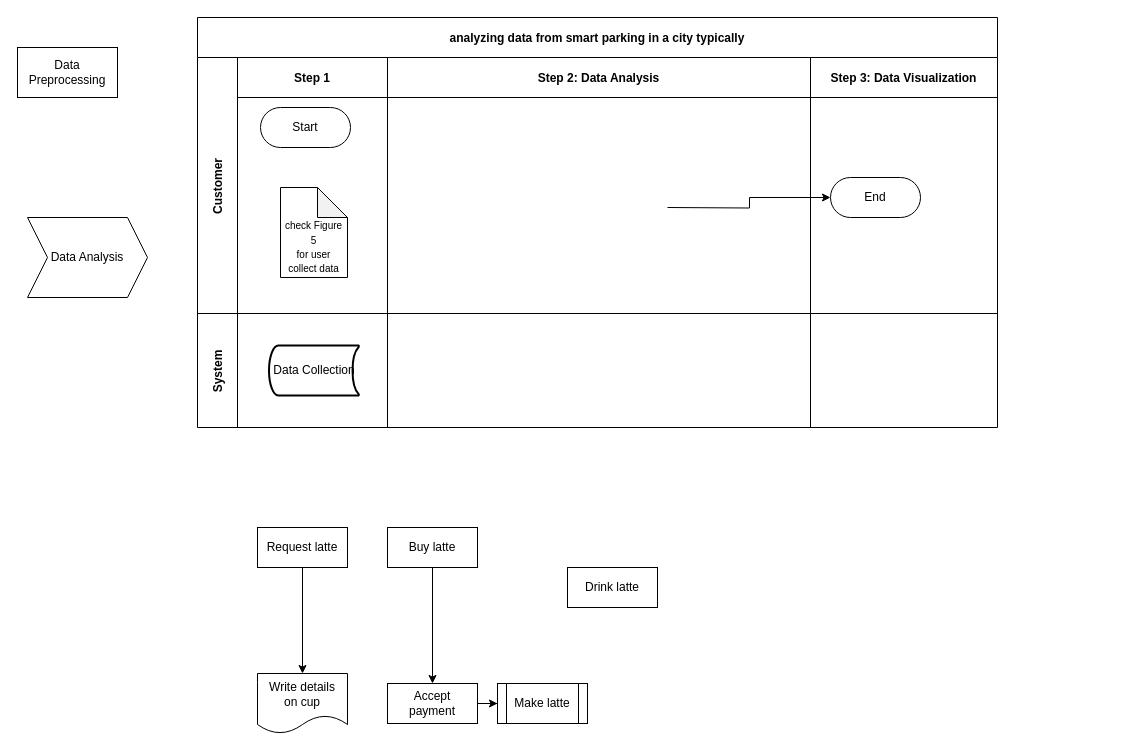
Earlier version of the draw.io diagram Untitled Diagram.drawio (mouafikmohammed/alx-low_level_programming). Source tidied: cells renumbered, new cells numbered last; positions are measured from the earlier drawing's top-left corner, leaving out a move shared by most shapes. Both pictures are drawn from the tidied source at 100%, with x=0, y=0 at pixel (17, 17).
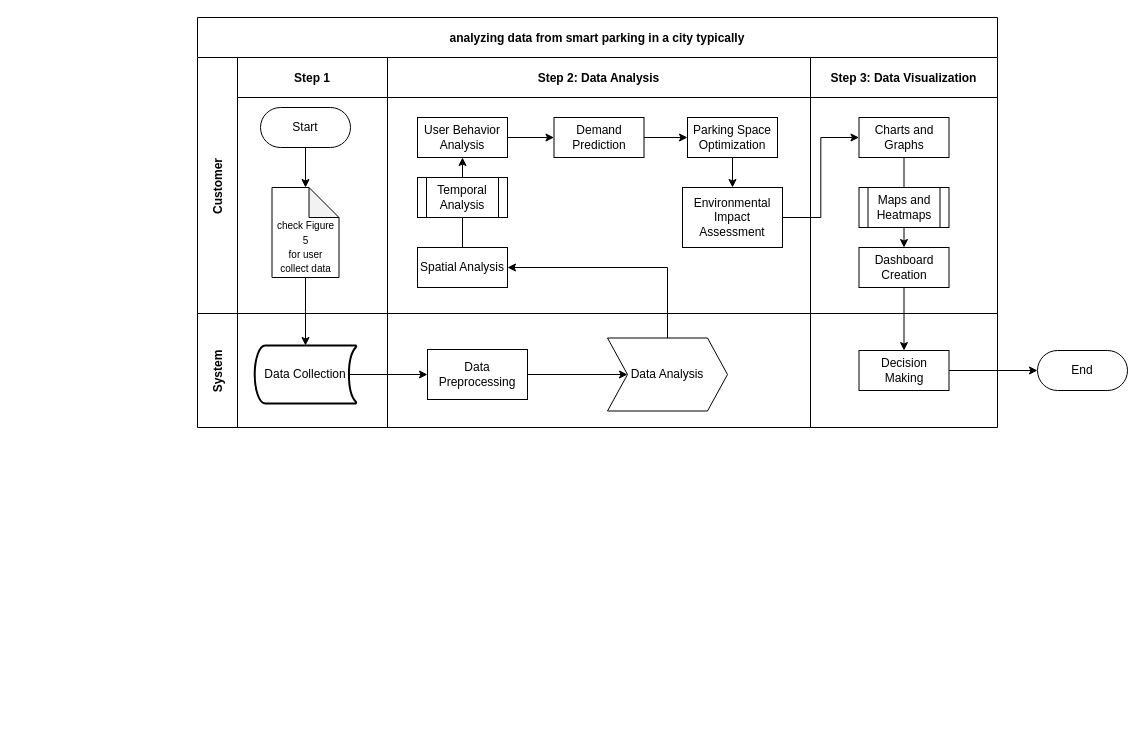
After the change.

Unchanged cells that the change refers to:
```xml
<mxCell id="2" value="analyzing data from smart parking in a city typically" style="shape=table;childLayout=tableLayout;startSize=40;fillColor=none;fontStyle=1;" parent="1" vertex="1">
  <mxGeometry x="180" width="800" height="410" as="geometry" />
</mxCell>
<mxCell id="3" value="Customer" style="shape=tableRow;horizontal=0;swimlaneHead=0;swimlaneBody=0;top=0;left=0;bottom=0;right=0;fillColor=none;startSize=40;fontStyle=1;" parent="2" vertex="1">
  <mxGeometry y="40" width="800" height="256" as="geometry" />
</mxCell>
<mxCell id="4" value="Step 1" style="swimlane;swimlaneHead=0;swimlaneBody=0;fillColor=none;startSize=40;fontStyle=1;" parent="3" vertex="1">
  <mxGeometry x="40" width="150" height="256" as="geometry" />
</mxCell>
<mxCell id="5" value="Start" style="rounded=1;whiteSpace=wrap;html=1;arcSize=50;" parent="4" vertex="1">
  <mxGeometry x="23" y="50" width="90" height="40" as="geometry" />
</mxCell>
<mxCell id="7" value="Step 2: Data Analysis" style="swimlane;swimlaneHead=0;swimlaneBody=0;fillColor=none;startSize=40;fontStyle=1;" parent="3" vertex="1">
  <mxGeometry x="190" width="423" height="256" as="geometry" />
</mxCell>
<mxCell id="8" value="Step 3: Data Visualization" style="swimlane;swimlaneHead=0;swimlaneBody=0;fillColor=none;startSize=40;fontStyle=1;" parent="3" vertex="1">
  <mxGeometry x="613" width="187" height="256" as="geometry" />
</mxCell>
<mxCell id="10" value="System" style="shape=tableRow;horizontal=0;swimlaneHead=0;swimlaneBody=0;top=0;left=0;bottom=0;right=0;fillColor=none;startSize=40;fontStyle=1;" parent="2" vertex="1">
  <mxGeometry y="296" width="800" height="114" as="geometry" />
</mxCell>
<mxCell id="11" style="swimlane;swimlaneHead=0;swimlaneBody=0;fillColor=none;startSize=0;fontStyle=1;" parent="10" vertex="1">
  <mxGeometry x="40" width="150" height="114" as="geometry" />
</mxCell>
<mxCell id="13" style="swimlane;swimlaneHead=0;swimlaneBody=0;fillColor=none;startSize=0;fontStyle=1;" parent="10" vertex="1">
  <mxGeometry x="190" width="423" height="114" as="geometry" />
</mxCell>
<mxCell id="14" style="swimlane;swimlaneHead=0;swimlaneBody=0;fillColor=none;startSize=0;fontStyle=1;" parent="10" vertex="1">
  <mxGeometry x="613" width="187" height="114" as="geometry" />
</mxCell>
```

What changed in the source:
```diff
@@
+    <mxCell id="27" style="edgeStyle=orthogonalEdgeStyle;rounded=0;jettySize=auto;html=1;" parent="4" edge="1" source="5" target="6">
+      <mxGeometry relative="1" as="geometry" />
+    </mxCell>
@@
     <mxCell id="6" value="&lt;font style=&quot;font-size: 10px;&quot;&gt;&lt;br&gt;&lt;br&gt;check Figure 5&lt;br&gt;for user collect data&lt;/font&gt;" style="shape=note;whiteSpace=wrap;html=1;backgroundOutline=1;darkOpacity=0.05;" parent="4" vertex="1">
-      <mxGeometry x="43" y="130" width="67" height="90" as="geometry" />
+      <mxGeometry x="34.5" y="130" width="67" height="90" as="geometry" />
     </mxCell>
@@
+    <mxCell id="28" style="edgeStyle=orthogonalEdgeStyle;rounded=0;jettySize=auto;html=1;" parent="7" edge="1" source="18" target="19">
+      <mxGeometry relative="1" as="geometry" />
+    </mxCell>
+    <mxCell id="18" value="Spatial Analysis" style="rounded=0;whiteSpace=wrap;html=1;" parent="7" vertex="1">
+      <mxGeometry x="30" y="190" width="90" height="40" as="geometry" />
+    </mxCell>
+    <mxCell id="21" value="Temporal Analysis" style="shape=process;whiteSpace=wrap;html=1;backgroundOutline=1;" parent="7" vertex="1">
+      <mxGeometry x="30" y="120" width="90" height="40" as="geometry" />
+    </mxCell>
+    <mxCell id="29" style="edgeStyle=orthogonalEdgeStyle;rounded=0;jettySize=auto;html=1;" parent="7" edge="1" source="19" target="22">
+      <mxGeometry relative="1" as="geometry" />
+    </mxCell>
+    <mxCell id="19" value="User Behavior Analysis" style="rounded=0;whiteSpace=wrap;html=1;" parent="7" vertex="1">
+      <mxGeometry x="30" y="60" width="90" height="40" as="geometry" />
+    </mxCell>
+    <mxCell id="30" style="edgeStyle=orthogonalEdgeStyle;rounded=0;jettySize=auto;html=1;" parent="7" edge="1" source="22" target="20">
+      <mxGeometry relative="1" as="geometry" />
+    </mxCell>
+    <mxCell id="22" value="Demand Prediction" style="rounded=0;whiteSpace=wrap;html=1;" parent="7" vertex="1">
+      <mxGeometry x="166.5" y="60" width="90" height="40" as="geometry" />
+    </mxCell>
+    <mxCell id="31" style="edgeStyle=orthogonalEdgeStyle;rounded=0;jettySize=auto;html=1;" parent="7" edge="1" source="20" target="32">
+      <mxGeometry relative="1" as="geometry" />
+    </mxCell>
+    <mxCell id="20" value="Parking Space Optimization" style="rounded=0;whiteSpace=wrap;html=1;" parent="7" vertex="1">
+      <mxGeometry x="300" y="60" width="90" height="40" as="geometry" />
+    </mxCell>
+    <mxCell id="32" value="Environmental Impact Assessment" style="rounded=0;whiteSpace=wrap;html=1;" parent="7" vertex="1">
+      <mxGeometry x="295" y="130" width="100" height="60" as="geometry" />
+    </mxCell>
@@
-    <mxCell id="9" value="End" style="rounded=1;whiteSpace=wrap;html=1;arcSize=50;" parent="8" vertex="1">
-      <mxGeometry x="20" y="120" width="90" height="40" as="geometry" />
-    </mxCell>
+    <mxCell id="33" style="edgeStyle=orthogonalEdgeStyle;rounded=0;jettySize=auto;html=1;" parent="8" edge="1" source="34" target="36">
+      <mxGeometry relative="1" as="geometry" />
+    </mxCell>
+    <mxCell id="34" value="Charts and Graphs" style="rounded=0;whiteSpace=wrap;html=1;" parent="8" vertex="1">
+      <mxGeometry x="48.5" y="60" width="90" height="40" as="geometry" />
+    </mxCell>
+    <mxCell id="35" value="Maps and Heatmaps" style="shape=process;whiteSpace=wrap;html=1;backgroundOutline=1;" parent="8" vertex="1">
+      <mxGeometry x="48.5" y="130" width="90" height="40" as="geometry" />
+    </mxCell>
+    <mxCell id="36" value="Dashboard Creation" style="rounded=0;whiteSpace=wrap;html=1;" parent="8" vertex="1">
+      <mxGeometry x="48.5" y="190" width="90" height="40" as="geometry" />
+    </mxCell>
+    <mxCell id="37" style="edgeStyle=orthogonalEdgeStyle;rounded=0;jettySize=auto;html=1;entryX=0;entryY=0.5;entryDx=0;entryDy=0;" parent="3" edge="1" source="32" target="34">
+      <mxGeometry relative="1" as="geometry" />
+    </mxCell>
@@
     <mxCell id="12" value="Data Collection" style="strokeWidth=2;html=1;shape=mxgraph.flowchart.stored_data;whiteSpace=wrap;" parent="11" vertex="1">
-      <mxGeometry x="31.5" y="32" width="90" height="50" as="geometry" />
+      <mxGeometry x="17.2" y="32" width="101.5" height="58" as="geometry" />
     </mxCell>
@@
+    <mxCell id="16" value="Data Analysis" style="shape=step;perimeter=stepPerimeter;whiteSpace=wrap;html=1;fixedSize=1;" parent="13" vertex="1">
+      <mxGeometry x="220" y="24.5" width="120" height="73" as="geometry" />
+    </mxCell>
+    <mxCell id="38" style="edgeStyle=orthogonalEdgeStyle;rounded=0;jettySize=auto;html=1;" parent="13" edge="1" source="15" target="16">
+      <mxGeometry relative="1" as="geometry" />
+    </mxCell>
+    <mxCell id="15" value="Data Preprocessing" style="html=1;dashed=0;whiteSpace=wrap;" parent="13" vertex="1">
+      <mxGeometry x="40" y="36" width="100" height="50" as="geometry" />
+    </mxCell>
@@
-    <mxCell id="15" value="Data Preprocessing" style="html=1;dashed=0;whiteSpace=wrap;" parent="1" vertex="1">
-      <mxGeometry y="30" width="100" height="50" as="geometry" />
-    </mxCell>
-    <mxCell id="16" value="Data Analysis" style="shape=step;perimeter=stepPerimeter;whiteSpace=wrap;html=1;fixedSize=1;" parent="1" vertex="1">
-      <mxGeometry x="10" y="200" width="120" height="80" as="geometry" />
-    </mxCell>
-    <mxCell id="17" value="Write details&lt;br&gt;on cup" style="shape=document;whiteSpace=wrap;html=1;boundedLbl=1;" parent="1" vertex="1">
-      <mxGeometry x="240" y="656" width="90" height="60" as="geometry" />
-    </mxCell>
-    <mxCell id="18" value="Request latte" style="rounded=0;whiteSpace=wrap;html=1;" parent="1" vertex="1">
-      <mxGeometry x="240" y="510" width="90" height="40" as="geometry" />
-    </mxCell>
-    <mxCell id="19" value="Buy latte" style="rounded=0;whiteSpace=wrap;html=1;" parent="1" vertex="1">
-      <mxGeometry x="370" y="510" width="90" height="40" as="geometry" />
-    </mxCell>
-    <mxCell id="20" value="Accept&lt;br&gt;payment" style="rounded=0;whiteSpace=wrap;html=1;" parent="1" vertex="1">
-      <mxGeometry x="370" y="666" width="90" height="40" as="geometry" />
-    </mxCell>
-    <mxCell id="21" value="Make latte" style="shape=process;whiteSpace=wrap;html=1;backgroundOutline=1;" parent="1" vertex="1">
-      <mxGeometry x="480" y="666" width="90" height="40" as="geometry" />
-    </mxCell>
-    <mxCell id="22" value="Drink latte" style="rounded=0;whiteSpace=wrap;html=1;" parent="1" vertex="1">
-      <mxGeometry x="550" y="550" width="90" height="40" as="geometry" />
-    </mxCell>
-    <mxCell id="23" style="edgeStyle=orthogonalEdgeStyle;rounded=0;jettySize=auto;html=1;" parent="1" edge="1" source="18" target="17">
-      <mxGeometry relative="1" as="geometry" />
-    </mxCell>
-    <mxCell id="24" style="edgeStyle=orthogonalEdgeStyle;rounded=0;jettySize=auto;html=1;" parent="1" edge="1" source="19" target="20">
-      <mxGeometry relative="1" as="geometry" />
-    </mxCell>
-    <mxCell id="25" style="edgeStyle=orthogonalEdgeStyle;rounded=0;jettySize=auto;html=1;" parent="1" edge="1" source="20" target="21">
-      <mxGeometry relative="1" as="geometry" />
-    </mxCell>
-    <mxCell id="26" style="edgeStyle=orthogonalEdgeStyle;rounded=0;jettySize=auto;html=1;" parent="1" edge="1" target="9">
-      <mxGeometry relative="1" as="geometry">
-        <mxPoint x="650" y="190" as="sourcePoint" />
-      </mxGeometry>
-    </mxCell>
+    <mxCell id="39" value="Decision Making" style="rounded=0;whiteSpace=wrap;html=1;" parent="14" vertex="1">
+      <mxGeometry x="48.5" y="37" width="90" height="40" as="geometry" />
+    </mxCell>
+    <mxCell id="40" style="edgeStyle=orthogonalEdgeStyle;rounded=0;jettySize=auto;html=1;exitX=0.93;exitY=0.5;exitDx=0;exitDy=0;exitPerimeter=0;" parent="10" edge="1" source="12" target="15">
+      <mxGeometry relative="1" as="geometry" />
+    </mxCell>
+    <mxCell id="41" style="edgeStyle=orthogonalEdgeStyle;rounded=0;jettySize=auto;html=1;entryX=1;entryY=0.5;entryDx=0;entryDy=0;exitX=0.5;exitY=0;exitDx=0;exitDy=0;" parent="2" edge="1" source="16" target="18">
+      <mxGeometry relative="1" as="geometry">
+        <Array as="points">
+          <mxPoint x="470" y="250" />
+        </Array>
+      </mxGeometry>
+    </mxCell>
+    <mxCell id="42" style="edgeStyle=orthogonalEdgeStyle;rounded=0;jettySize=auto;html=1;" parent="2" edge="1" source="36" target="39">
+      <mxGeometry relative="1" as="geometry" />
+    </mxCell>
+    <mxCell id="43" style="edgeStyle=orthogonalEdgeStyle;rounded=0;jettySize=auto;html=1;" parent="2" edge="1" source="6" target="12">
+      <mxGeometry relative="1" as="geometry" />
+    </mxCell>
+    <mxCell id="9" value="End" style="rounded=1;whiteSpace=wrap;html=1;arcSize=50;" parent="1" vertex="1">
+      <mxGeometry x="1020" y="333" width="90" height="40" as="geometry" />
+    </mxCell>
+    <mxCell id="44" style="edgeStyle=orthogonalEdgeStyle;rounded=0;jettySize=auto;html=1;" parent="1" edge="1" source="39" target="9">
+      <mxGeometry relative="1" as="geometry" />
+    </mxCell>
```
